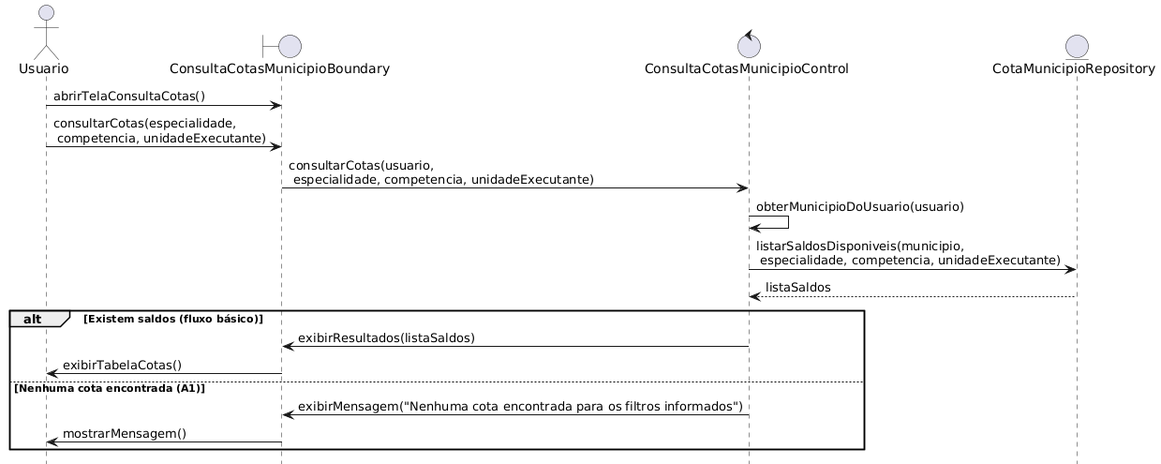
Before: Diagramas de sequencia/Suc016.png, a diagram exported from PlantUML (EvertonFerreir4/Sistema_De_Cotas_SES). Its diagram source:
```plantuml
@startuml
actor Usuario

boundary ConsultaCotasMunicipioBoundary
control ConsultaCotasMunicipioControl
entity CotaMunicipioRepository

Usuario -> ConsultaCotasMunicipioBoundary: abrirTelaConsultaCotas()

Usuario -> ConsultaCotasMunicipioBoundary: consultarCotas(especialidade,\n competencia, unidadeExecutante)
ConsultaCotasMunicipioBoundary -> ConsultaCotasMunicipioControl: consultarCotas(usuario,\n especialidade, competencia, unidadeExecutante)

ConsultaCotasMunicipioControl -> ConsultaCotasMunicipioControl: obterMunicipioDoUsuario(usuario)

ConsultaCotasMunicipioControl -> CotaMunicipioRepository: listarSaldosDisponiveis(municipio,\n especialidade, competencia, unidadeExecutante)
ConsultaCotasMunicipioControl <-- CotaMunicipioRepository: listaSaldos

alt Existem saldos (fluxo básico)
    ConsultaCotasMunicipioControl -> ConsultaCotasMunicipioBoundary: exibirResultados(listaSaldos)
    ConsultaCotasMunicipioBoundary -> Usuario: exibirTabelaCotas()
else Nenhuma cota encontrada (A1)
    ConsultaCotasMunicipioControl -> ConsultaCotasMunicipioBoundary: exibirMensagem("Nenhuma cota encontrada para os filtros informados")
    ConsultaCotasMunicipioBoundary -> Usuario: mostrarMensagem()
end
@enduml
```
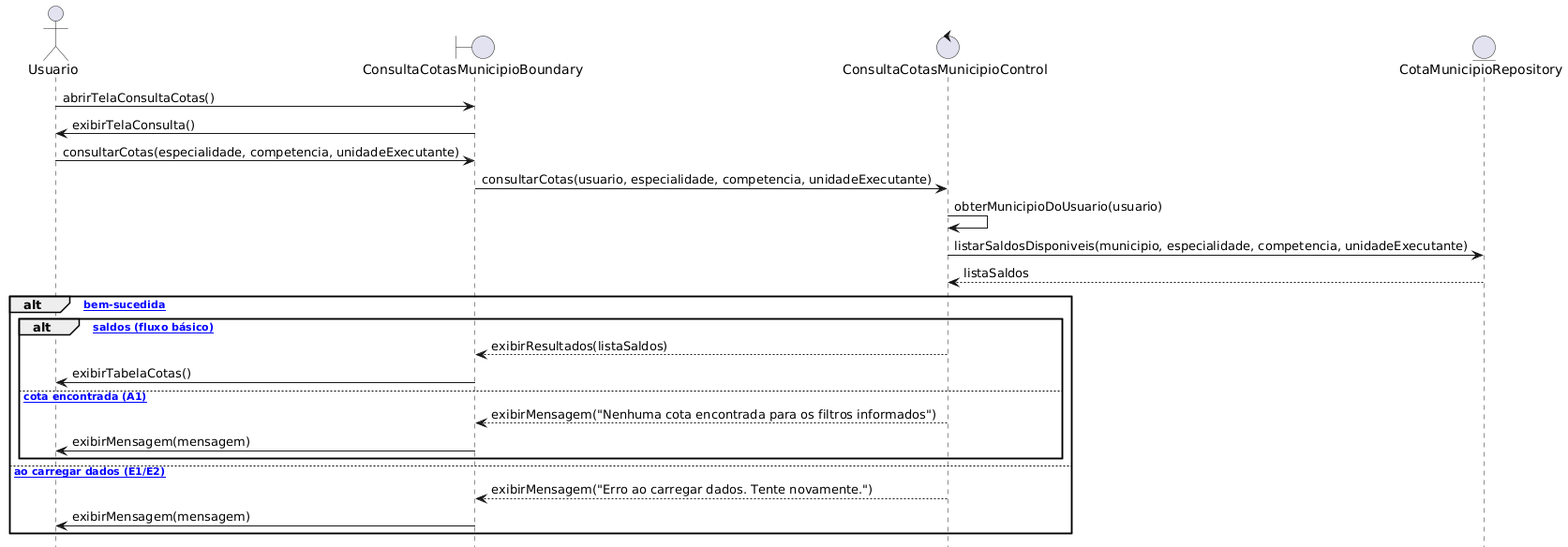
The same file after the commit.

Change to the diagram source:
```diff
@@ -1,25 +1,31 @@
 @startuml
+title UC016 - Consultar Cotas Disponíveis Município
+
 actor Usuario
-
 boundary ConsultaCotasMunicipioBoundary
 control ConsultaCotasMunicipioControl
 entity CotaMunicipioRepository
 
 Usuario -> ConsultaCotasMunicipioBoundary: abrirTelaConsultaCotas()
+ConsultaCotasMunicipioBoundary -> Usuario: exibirTelaConsulta()
 
-Usuario -> ConsultaCotasMunicipioBoundary: consultarCotas(especialidade,\n competencia, unidadeExecutante)
-ConsultaCotasMunicipioBoundary -> ConsultaCotasMunicipioControl: consultarCotas(usuario,\n especialidade, competencia, unidadeExecutante)
+Usuario -> ConsultaCotasMunicipioBoundary: consultarCotas(especialidade, competencia, unidadeExecutante)
+ConsultaCotasMunicipioBoundary -> ConsultaCotasMunicipioControl: consultarCotas(usuario, especialidade, competencia, unidadeExecutante)
 
 ConsultaCotasMunicipioControl -> ConsultaCotasMunicipioControl: obterMunicipioDoUsuario(usuario)
+ConsultaCotasMunicipioControl -> CotaMunicipioRepository: listarSaldosDisponiveis(municipio, especialidade, competencia, unidadeExecutante)
+CotaMunicipioRepository --> ConsultaCotasMunicipioControl: listaSaldos
 
-ConsultaCotasMunicipioControl -> CotaMunicipioRepository: listarSaldosDisponiveis(municipio,\n especialidade, competencia, unidadeExecutante)
-ConsultaCotasMunicipioControl <-- CotaMunicipioRepository: listaSaldos
-
-alt Existem saldos (fluxo básico)
-    ConsultaCotasMunicipioControl -> ConsultaCotasMunicipioBoundary: exibirResultados(listaSaldos)
+alt [Consulta bem-sucedida]
+  alt [Existem saldos (fluxo básico)]
+    ConsultaCotasMunicipioControl --> ConsultaCotasMunicipioBoundary: exibirResultados(listaSaldos)
     ConsultaCotasMunicipioBoundary -> Usuario: exibirTabelaCotas()
-else Nenhuma cota encontrada (A1)
-    ConsultaCotasMunicipioControl -> ConsultaCotasMunicipioBoundary: exibirMensagem("Nenhuma cota encontrada para os filtros informados")
-    ConsultaCotasMunicipioBoundary -> Usuario: mostrarMensagem()
+  else [Nenhuma cota encontrada (A1)]
+    ConsultaCotasMunicipioControl --> ConsultaCotasMunicipioBoundary: exibirMensagem("Nenhuma cota encontrada para os filtros informados")
+    ConsultaCotasMunicipioBoundary -> Usuario: exibirMensagem(mensagem)
+  end
+else [Erro ao carregar dados (E1/E2)]
+  ConsultaCotasMunicipioControl --> ConsultaCotasMunicipioBoundary: exibirMensagem("Erro ao carregar dados. Tente novamente.")
+  ConsultaCotasMunicipioBoundary -> Usuario: exibirMensagem(mensagem)
 end
 @enduml
```
